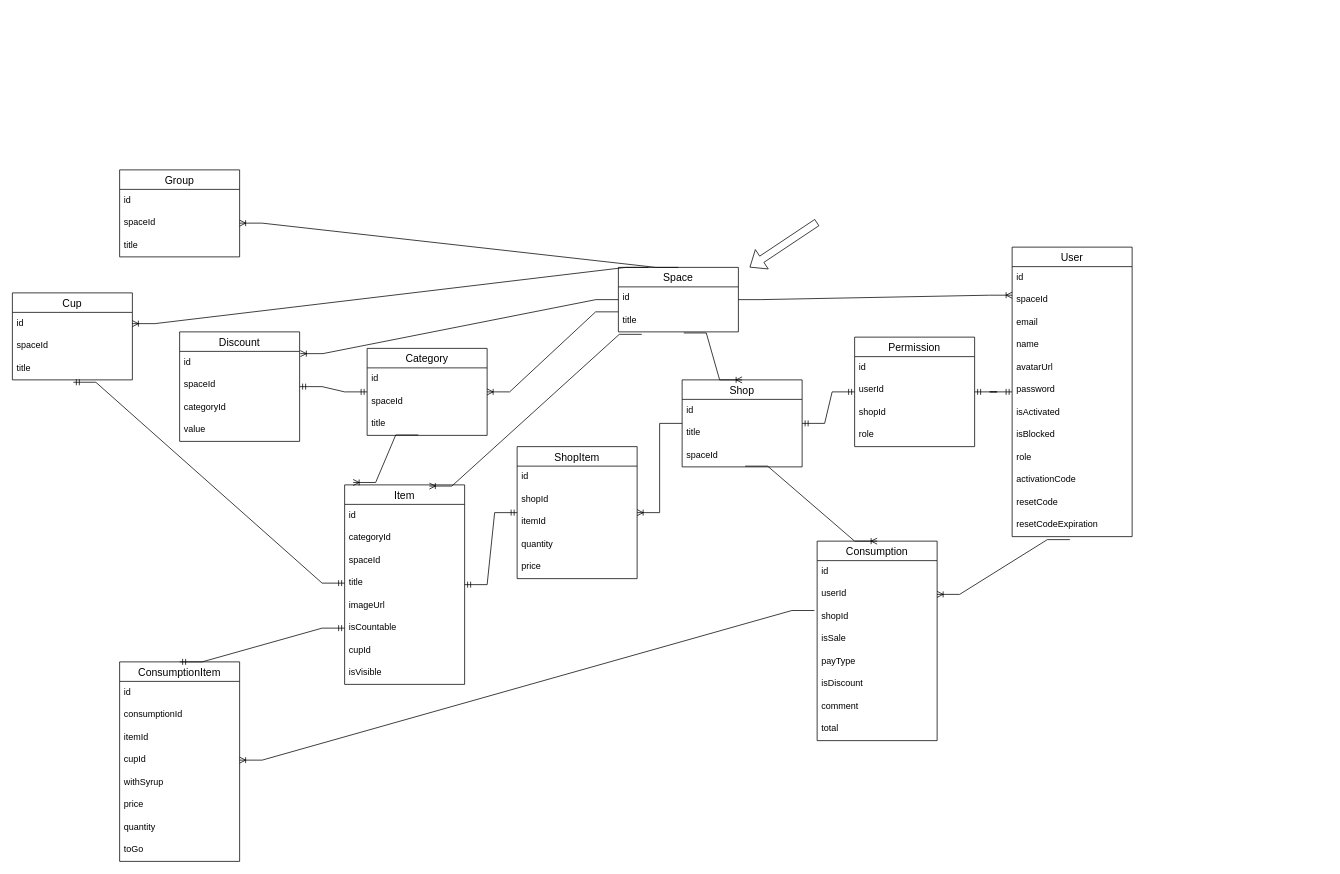
Above: horeca.drawio in Nik68rus/myhoreca (draw.io), before the change. Source tidied: cells renumbered, new cells numbered last; positions are measured from the earlier drawing's top-left corner, leaving out a move shared by most shapes. Both pictures are drawn from the tidied source at 75%, with x=0, y=0 at pixel (12, 170).
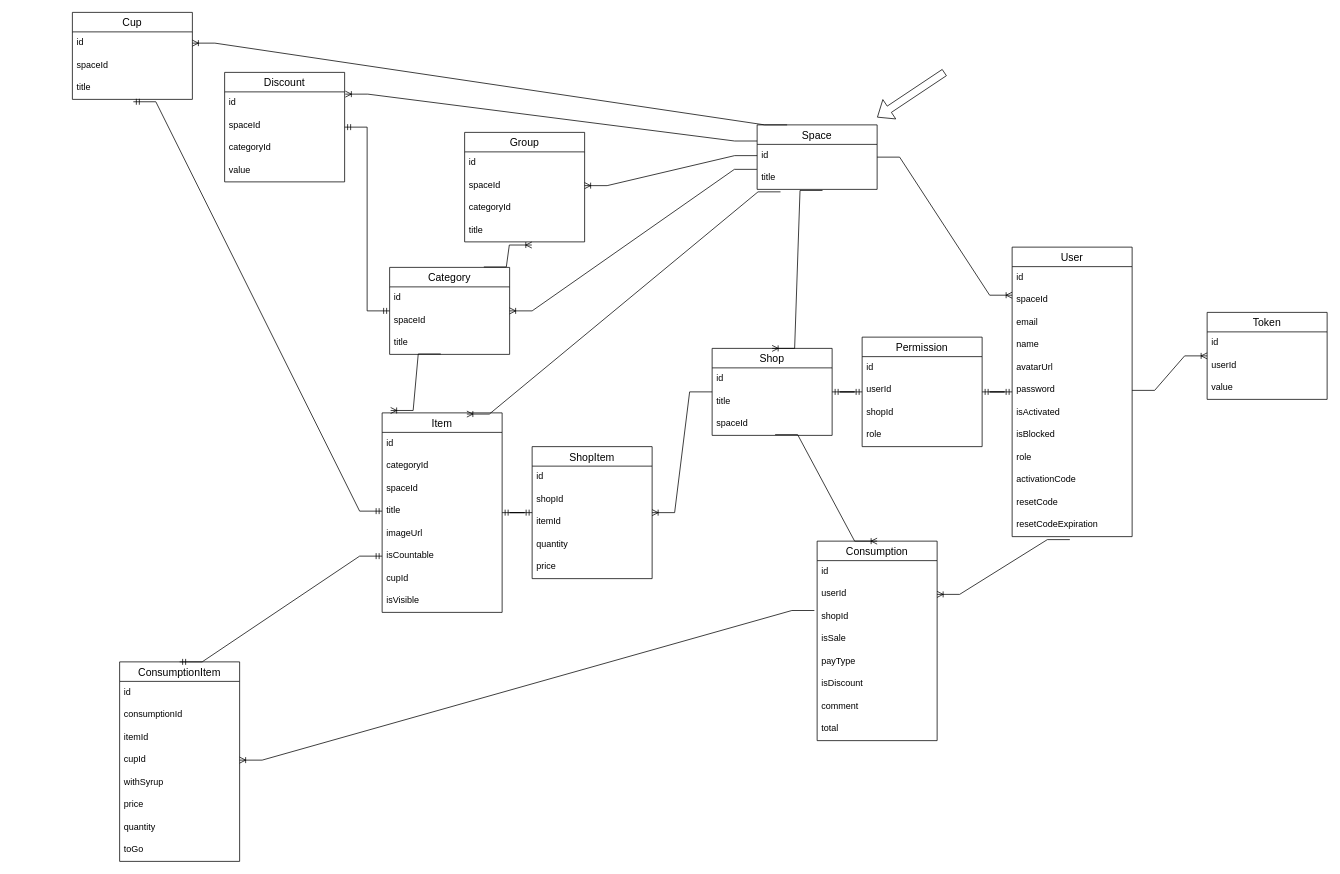
After the change.

Unchanged cells that the change refers to:
```xml
<mxCell id="8" value="password" style="text;strokeColor=none;fillColor=none;spacingLeft=4;spacingRight=4;overflow=hidden;points=[[0,0.5],[1,0.5]];portConstraint=eastwest;fontSize=12;" parent="2" vertex="1">
  <mxGeometry y="176" width="160" height="30" as="geometry" />
</mxCell>
<mxCell id="71" value="id" style="text;strokeColor=none;fillColor=none;spacingLeft=4;spacingRight=4;overflow=hidden;points=[[0,0.5],[1,0.5]];portConstraint=eastwest;fontSize=12;" parent="70" vertex="1">
  <mxGeometry y="26" width="160" height="30" as="geometry" />
</mxCell>
<mxCell id="84" value="id" style="text;strokeColor=none;fillColor=none;spacingLeft=4;spacingRight=4;overflow=hidden;points=[[0,0.5],[1,0.5]];portConstraint=eastwest;fontSize=12;" parent="83" vertex="1">
  <mxGeometry y="26" width="160" height="30" as="geometry" />
</mxCell>
<mxCell id="93" value="spaceId" style="text;strokeColor=none;fillColor=none;spacingLeft=4;spacingRight=4;overflow=hidden;points=[[0,0.5],[1,0.5]];portConstraint=eastwest;fontSize=12;" parent="91" vertex="1">
  <mxGeometry y="56" width="160" height="30" as="geometry" />
</mxCell>
```

What changed in the source:
```diff
@@
     <mxCell id="15" value="Shop" style="swimlane;fontStyle=0;horizontal=1;startSize=26;align=center;fontSize=14;" parent="1" vertex="1">
-      <mxGeometry x="893" y="280" width="160" height="116" as="geometry" />
+      <mxGeometry x="933" y="238" width="160" height="116" as="geometry" />
     </mxCell>
@@
     <mxCell id="19" value="Permission" style="swimlane;fontStyle=0;horizontal=1;startSize=26;align=center;fontSize=14;" parent="1" vertex="1">
-      <mxGeometry x="1123" y="223" width="160" height="146" as="geometry" />
+      <mxGeometry x="1133" y="223" width="160" height="146" as="geometry" />
     </mxCell>
@@
     <mxCell id="24" value="Item" style="swimlane;fontStyle=0;horizontal=1;startSize=26;align=center;fontSize=14;" parent="1" vertex="1">
-      <mxGeometry x="443" y="420" width="160" height="266" as="geometry" />
+      <mxGeometry x="493" y="324" width="160" height="266" as="geometry" />
     </mxCell>
@@
     <mxCell id="33" value="ShopItem" style="swimlane;fontStyle=0;horizontal=1;startSize=26;align=center;fontSize=14;" parent="1" vertex="1">
-      <mxGeometry x="673" y="369" width="160" height="176" as="geometry" />
+      <mxGeometry x="693" y="369" width="160" height="176" as="geometry" />
     </mxCell>
@@
     <mxCell id="43" value="Cup" style="swimlane;fontStyle=0;horizontal=1;startSize=26;align=center;fontSize=14;" parent="1" vertex="1">
-      <mxGeometry y="164" width="160" height="116" as="geometry" />
+      <mxGeometry x="80" y="-210" width="160" height="116" as="geometry" />
     </mxCell>
@@
     <mxCell id="70" value="Space" style="swimlane;fontStyle=0;horizontal=1;startSize=26;align=center;fontSize=14;" parent="1" vertex="1">
-      <mxGeometry x="808" y="130" width="160" height="86" as="geometry" />
+      <mxGeometry x="993" y="-60" width="160" height="86" as="geometry" />
     </mxCell>
@@
     <mxCell id="76" value="Category" style="swimlane;fontStyle=0;horizontal=1;startSize=26;align=center;fontSize=14;" parent="1" vertex="1">
-      <mxGeometry x="473" y="238" width="160" height="116" as="geometry" />
+      <mxGeometry x="503" y="130" width="160" height="116" as="geometry" />
     </mxCell>
@@
     <mxCell id="83" value="Discount" style="swimlane;fontStyle=0;horizontal=1;startSize=26;align=center;fontSize=14;" parent="1" vertex="1">
-      <mxGeometry x="223" y="216" width="160" height="146" as="geometry" />
+      <mxGeometry x="283" y="-130" width="160" height="146" as="geometry" />
     </mxCell>
@@
-    <mxCell id="88" style="edgeStyle=entityRelationEdgeStyle;fontSize=12;html=1;endArrow=ERoneToMany;rounded=0;entryX=1.006;entryY=0.1;entryDx=0;entryDy=0;entryPerimeter=0;" parent="1" edge="1" source="70" target="84">
+    <mxCell id="88" style="edgeStyle=entityRelationEdgeStyle;fontSize=12;html=1;endArrow=ERoneToMany;rounded=0;entryX=1.006;entryY=0.1;entryDx=0;entryDy=0;entryPerimeter=0;exitX=0;exitY=0.25;exitDx=0;exitDy=0;" parent="1" edge="1" source="70" target="84">
       <mxGeometry relative="1" as="geometry" />
     </mxCell>
@@
     <mxCell id="90" style="shape=flexArrow;endArrow=classic;html=1;rounded=0;" parent="1" edge="1">
       <mxGeometry relative="1" as="geometry">
-        <mxPoint x="1073" y="70" as="sourcePoint" />
-        <mxPoint x="983" y="130" as="targetPoint" />
+        <mxPoint x="1243" y="-130" as="sourcePoint" />
+        <mxPoint x="1153" y="-70" as="targetPoint" />
       </mxGeometry>
     </mxCell>
     <mxCell id="91" value="Group" style="swimlane;fontStyle=0;horizontal=1;startSize=26;align=center;fontSize=14;" parent="1" vertex="1">
-      <mxGeometry x="143" width="160" height="116" as="geometry" />
+      <mxGeometry x="603" y="-50" width="160" height="146" as="geometry" />
     </mxCell>
@@
+    <mxCell id="96" value="categoryId" style="text;strokeColor=none;fillColor=none;spacingLeft=4;spacingRight=4;overflow=hidden;fontSize=12;" parent="91" vertex="1">
+      <mxGeometry y="86" width="160" height="30" as="geometry" />
+    </mxCell>
     <mxCell id="94" value="title" style="text;strokeColor=none;fillColor=none;spacingLeft=4;spacingRight=4;overflow=hidden;points=[[0,0.5],[1,0.5]];portConstraint=eastwest;fontSize=12;" parent="91" vertex="1">
-      <mxGeometry y="86" width="160" height="30" as="geometry" />
+      <mxGeometry y="116" width="160" height="30" as="geometry" />
     </mxCell>
-    <mxCell id="95" style="edgeStyle=entityRelationEdgeStyle;fontSize=12;html=1;endArrow=ERoneToMany;rounded=0;exitX=0.5;exitY=0;exitDx=0;exitDy=0;entryX=1;entryY=0.5;entryDx=0;entryDy=0;" parent="1" edge="1" source="70" target="93">
-      <mxGeometry relative="1" as="geometry" />
-    </mxCell>
+    <mxCell id="97" style="edgeStyle=entityRelationEdgeStyle;fontSize=12;html=1;endArrow=ERoneToMany;rounded=0;entryX=0.56;entryY=1.14;entryDx=0;entryDy=0;entryPerimeter=0;exitX=0.785;exitY=-0.005;exitDx=0;exitDy=0;exitPerimeter=0;" parent="1" edge="1" source="76" target="94">
+      <mxGeometry relative="1" as="geometry" />
+    </mxCell>
+    <mxCell id="98" style="edgeStyle=entityRelationEdgeStyle;fontSize=12;html=1;endArrow=ERoneToMany;rounded=0;entryX=1;entryY=0.5;entryDx=0;entryDy=0;exitX=0;exitY=0.5;exitDx=0;exitDy=0;" parent="1" edge="1" source="71" target="93">
+      <mxGeometry relative="1" as="geometry" />
+    </mxCell>
+    <mxCell id="99" value="Token" style="swimlane;fontStyle=0;horizontal=1;startSize=26;align=center;fontSize=14;" parent="1" vertex="1">
+      <mxGeometry x="1593" y="190" width="160" height="116" as="geometry" />
+    </mxCell>
+    <mxCell id="100" value="id" style="text;strokeColor=none;fillColor=none;spacingLeft=4;spacingRight=4;overflow=hidden;fontSize=12;" parent="99" vertex="1">
+      <mxGeometry y="26" width="160" height="30" as="geometry" />
+    </mxCell>
+    <mxCell id="101" value="userId" style="text;strokeColor=none;fillColor=none;spacingLeft=4;spacingRight=4;overflow=hidden;fontSize=12;" parent="99" vertex="1">
+      <mxGeometry y="56" width="160" height="30" as="geometry" />
+    </mxCell>
+    <mxCell id="102" value="value" style="text;strokeColor=none;fillColor=none;spacingLeft=4;spacingRight=4;overflow=hidden;fontSize=12;" parent="99" vertex="1">
+      <mxGeometry y="86" width="160" height="30" as="geometry" />
+    </mxCell>
+    <mxCell id="103" style="edgeStyle=entityRelationEdgeStyle;fontSize=12;html=1;endArrow=ERoneToMany;rounded=0;exitX=1;exitY=0.5;exitDx=0;exitDy=0;" parent="1" edge="1" source="8" target="99">
+      <mxGeometry relative="1" as="geometry" />
+    </mxCell>
```
